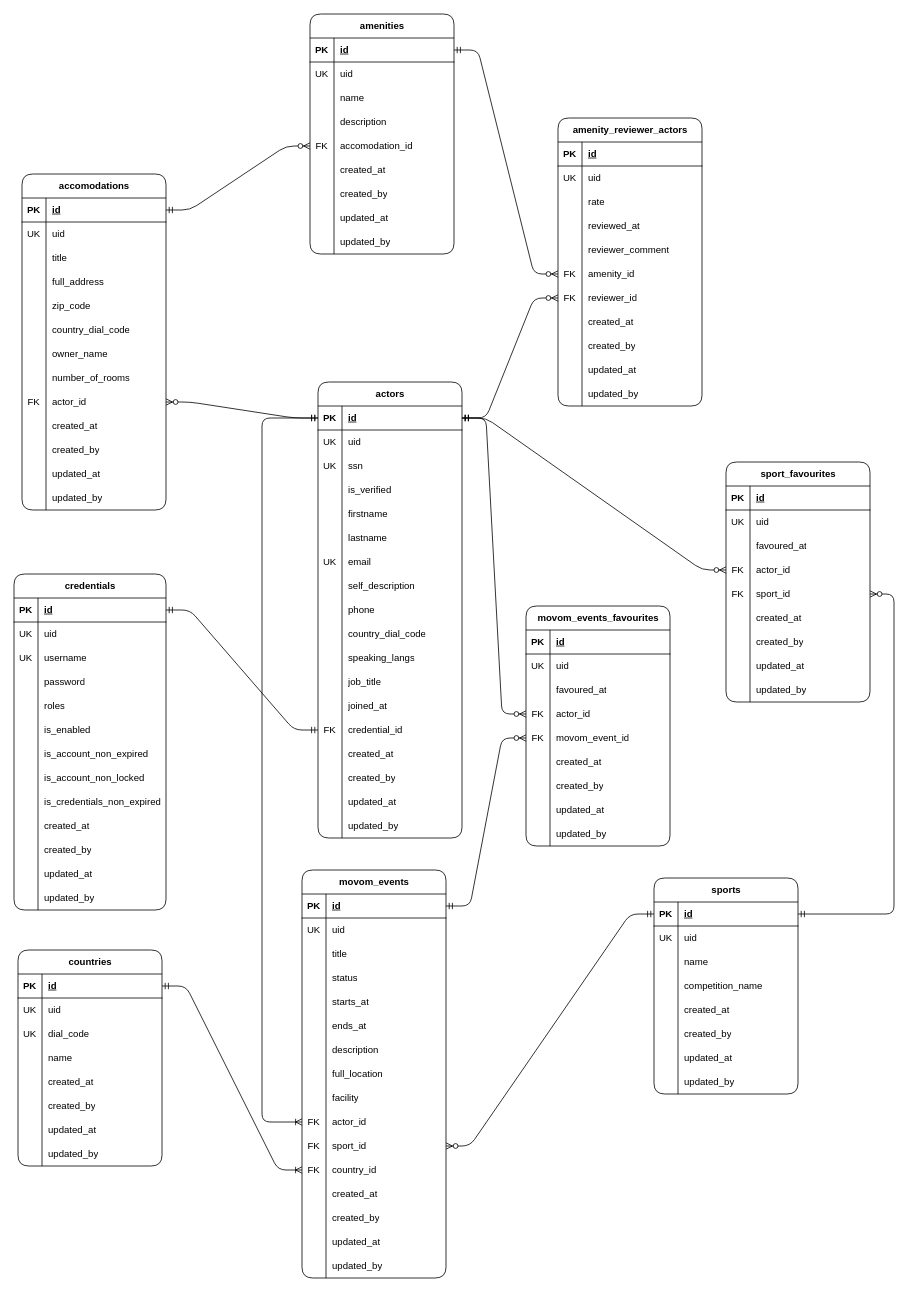
SelimHorri/movom-backend keeps this draw.io diagram as docs/movom_erd_diagram.drawio. Above is the earlier version. Source tidied: cells renumbered, new cells numbered last; positions are measured from the earlier drawing's top-left corner, leaving out a move shared by most shapes. Both pictures are drawn from the tidied source at 80%, with x=0, y=0 at pixel (14, 14).
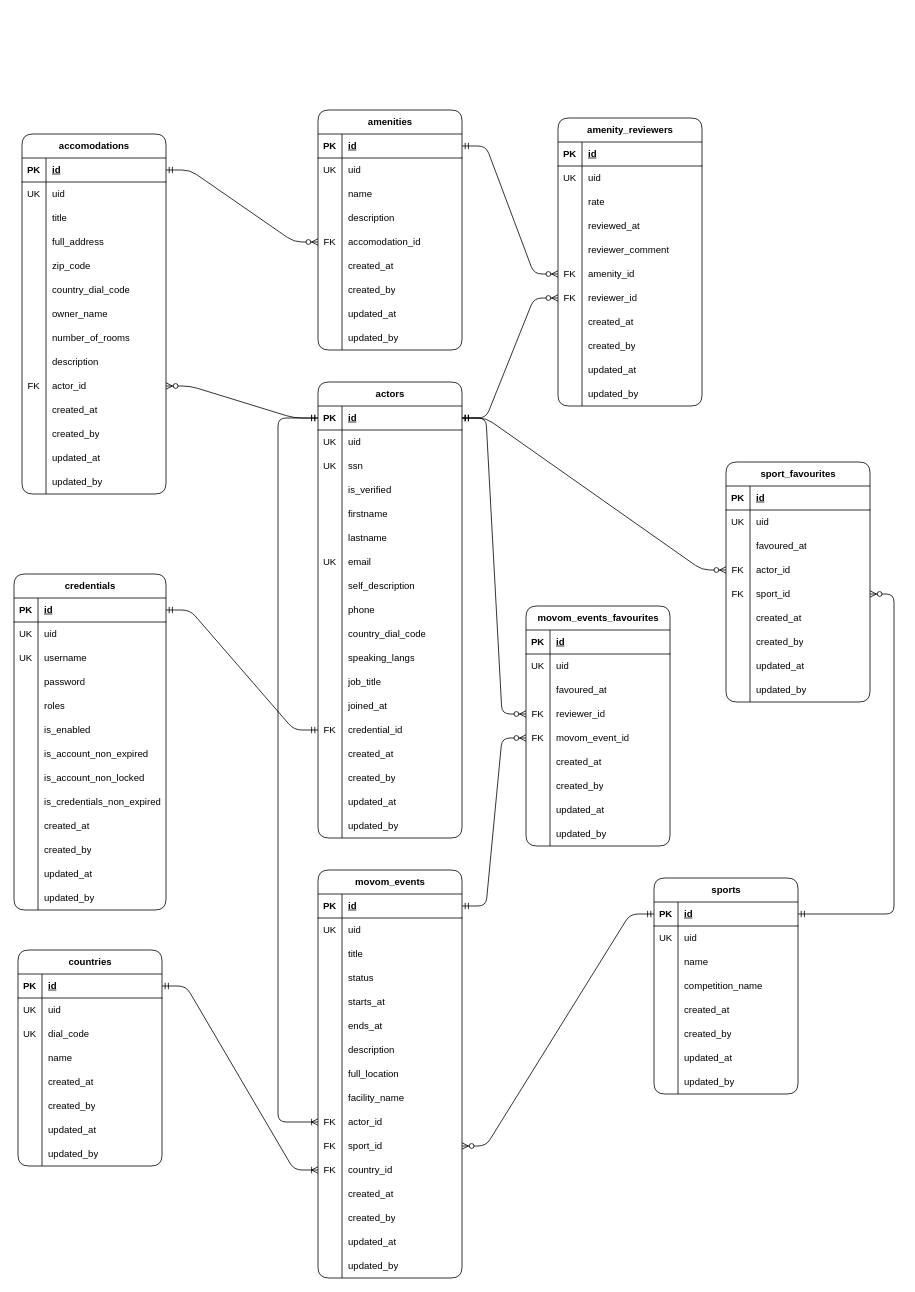
The same page after the edit.

Unchanged cells that the change refers to:
```xml
<mxCell id="27" style="shape=tableRow;horizontal=0;startSize=0;swimlaneHead=0;swimlaneBody=0;fillColor=none;top=0;left=0;right=0;bottom=0;rounded=1;" parent="2" vertex="1">
  <mxGeometry y="270" width="180" height="30" as="geometry" />
</mxCell>
<mxCell id="30" style="shape=tableRow;horizontal=0;startSize=0;swimlaneHead=0;swimlaneBody=0;fillColor=none;points=[[0,0.5],[1,0.5]];portConstraint=eastwest;top=0;left=0;right=0;bottom=0;rounded=1;" parent="2" vertex="1">
  <mxGeometry y="300" width="180" height="30" as="geometry" />
</mxCell>
<mxCell id="104" style="shape=tableRow;horizontal=0;startSize=0;swimlaneHead=0;swimlaneBody=0;fillColor=none;points=[[0,0.5],[1,0.5]];portConstraint=eastwest;top=0;left=0;right=0;bottom=1;rounded=1;" parent="103" vertex="1">
  <mxGeometry y="30" width="180" height="30" as="geometry" />
</mxCell>
<mxCell id="309" style="shape=tableRow;horizontal=0;startSize=0;swimlaneHead=0;swimlaneBody=0;fillColor=none;points=[[0,0.5],[1,0.5]];portConstraint=eastwest;top=0;left=0;right=0;bottom=0;rounded=1;" parent="299" vertex="1">
  <mxGeometry y="120" width="180" height="30" as="geometry" />
</mxCell>
```

What changed in the source:
```diff
@@
     <mxCell id="2" value="&lt;div&gt;movom_events&lt;/div&gt;" style="shape=table;startSize=30;childLayout=tableLayout;rowLines=0;fontStyle=1;align=center;html=1;rounded=1;" parent="1" vertex="1">
-      <mxGeometry x="360" y="1070" width="180" height="510" as="geometry" />
+      <mxGeometry x="380" y="1070" width="180" height="510" as="geometry" />
     </mxCell>
@@
-    <mxCell id="29" value="facility" style="shape=partialRectangle;fillColor=none;top=0;left=0;bottom=0;right=0;align=left;spacingLeft=6;overflow=hidden;whiteSpace=wrap;html=1;rounded=1;" parent="27" vertex="1">
+    <mxCell id="29" value="facility_name" style="shape=partialRectangle;fillColor=none;top=0;left=0;bottom=0;right=0;align=left;spacingLeft=6;overflow=hidden;whiteSpace=wrap;html=1;rounded=1;" parent="27" vertex="1">
       <mxGeometry x="30" width="150" height="30" as="geometry" />
     </mxCell>
@@
     <mxCell id="229" value="accomodations" style="shape=table;startSize=30;childLayout=tableLayout;rowLines=0;fontStyle=1;align=center;html=1;rounded=1;" parent="1" vertex="1">
-      <mxGeometry x="10" y="200" width="180" height="420" as="geometry" />
+      <mxGeometry x="10" y="150" width="180" height="450" as="geometry" />
     </mxCell>
@@
+    <mxCell id="366" style="shape=tableRow;horizontal=0;startSize=0;swimlaneHead=0;swimlaneBody=0;fillColor=none;top=0;left=0;right=0;bottom=0;rounded=1;" parent="229" vertex="1">
+      <mxGeometry y="270" width="180" height="30" as="geometry" />
+    </mxCell>
+    <mxCell id="367" style="shape=partialRectangle;fillColor=none;top=0;left=0;bottom=0;right=0;overflow=hidden;whiteSpace=wrap;html=1;rounded=1;" parent="366" vertex="1">
+      <mxGeometry width="30" height="30" as="geometry" />
+    </mxCell>
+    <mxCell id="368" value="description" style="shape=partialRectangle;fillColor=none;top=0;left=0;bottom=0;right=0;align=left;spacingLeft=6;overflow=hidden;whiteSpace=wrap;html=1;rounded=1;" parent="366" vertex="1">
+      <mxGeometry x="30" width="150" height="30" as="geometry" />
+    </mxCell>
     <mxCell id="254" style="shape=tableRow;horizontal=0;startSize=0;swimlaneHead=0;swimlaneBody=0;fillColor=none;points=[[0,0.5],[1,0.5]];portConstraint=eastwest;top=0;left=0;right=0;bottom=0;rounded=1;" parent="229" vertex="1">
-      <mxGeometry y="270" width="180" height="30" as="geometry" />
+      <mxGeometry y="300" width="180" height="30" as="geometry" />
     </mxCell>
@@
     <mxCell id="257" style="shape=tableRow;horizontal=0;startSize=0;swimlaneHead=0;swimlaneBody=0;fillColor=none;top=0;left=0;right=0;bottom=0;rounded=1;" parent="229" vertex="1">
-      <mxGeometry y="300" width="180" height="30" as="geometry" />
+      <mxGeometry y="330" width="180" height="30" as="geometry" />
     </mxCell>
@@
     <mxCell id="260" style="shape=tableRow;horizontal=0;startSize=0;swimlaneHead=0;swimlaneBody=0;fillColor=none;top=0;left=0;right=0;bottom=0;rounded=1;" parent="229" vertex="1">
-      <mxGeometry y="330" width="180" height="30" as="geometry" />
+      <mxGeometry y="360" width="180" height="30" as="geometry" />
     </mxCell>
@@
     <mxCell id="263" style="shape=tableRow;horizontal=0;startSize=0;swimlaneHead=0;swimlaneBody=0;fillColor=none;top=0;left=0;right=0;bottom=0;rounded=1;" parent="229" vertex="1">
-      <mxGeometry y="360" width="180" height="30" as="geometry" />
+      <mxGeometry y="390" width="180" height="30" as="geometry" />
     </mxCell>
@@
     <mxCell id="266" style="shape=tableRow;horizontal=0;startSize=0;swimlaneHead=0;swimlaneBody=0;fillColor=none;top=0;left=0;right=0;bottom=0;rounded=1;" parent="229" vertex="1">
-      <mxGeometry y="390" width="180" height="30" as="geometry" />
+      <mxGeometry y="420" width="180" height="30" as="geometry" />
     </mxCell>
@@
     <mxCell id="270" value="amenities" style="shape=table;startSize=30;childLayout=tableLayout;rowLines=0;fontStyle=1;align=center;html=1;rounded=1;" parent="1" vertex="1">
-      <mxGeometry x="370" width="180" height="300" as="geometry" />
+      <mxGeometry x="380" y="120" width="180" height="300" as="geometry" />
     </mxCell>
@@
-    <mxCell id="311" value="actor_id" style="shape=partialRectangle;fillColor=none;top=0;left=0;bottom=0;right=0;align=left;spacingLeft=6;overflow=hidden;whiteSpace=wrap;html=1;rounded=1;" parent="309" vertex="1">
+    <mxCell id="311" value="reviewer_id" style="shape=partialRectangle;fillColor=none;top=0;left=0;bottom=0;right=0;align=left;spacingLeft=6;overflow=hidden;whiteSpace=wrap;html=1;rounded=1;" parent="309" vertex="1">
       <mxGeometry x="30" width="150" height="30" as="geometry" />
     </mxCell>
@@
-    <mxCell id="329" value="amenity_reviewer_actors" style="shape=table;startSize=30;childLayout=tableLayout;rowLines=0;fontStyle=1;align=center;html=1;rounded=1;" parent="1" vertex="1">
+    <mxCell id="329" value="amenity_reviewers" style="shape=table;startSize=30;childLayout=tableLayout;rowLines=0;fontStyle=1;align=center;html=1;rounded=1;" parent="1" vertex="1">
       <mxGeometry x="680" y="130" width="180" height="360" as="geometry" />
     </mxCell>
@@
     <mxCell id="365" style="edgeStyle=elbowEdgeStyle;fontSize=12;html=1;endArrow=ERoneToMany;startArrow=ERmandOne;rounded=1;" parent="1" edge="1" source="104" target="30">
       <mxGeometry relative="1" as="geometry">
         <Array as="points">
-          <mxPoint x="310" y="810" />
+          <mxPoint x="330" y="940" />
         </Array>
       </mxGeometry>
     </mxCell>
```
